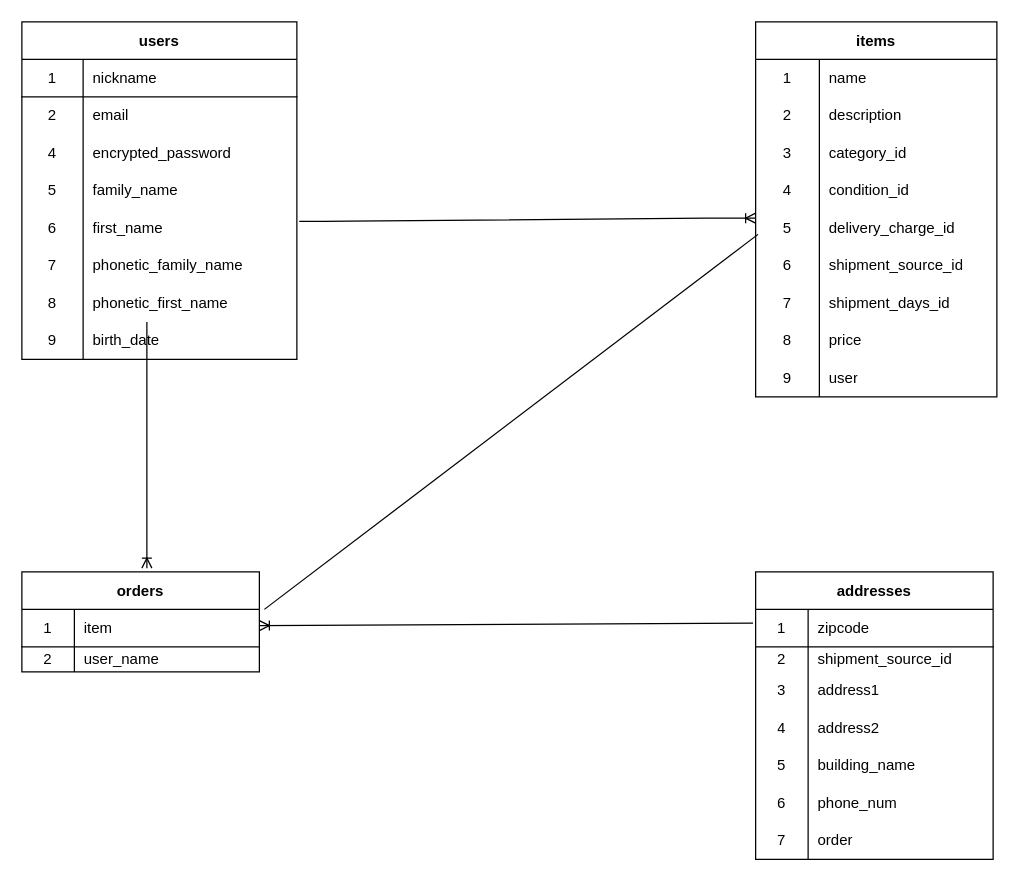
thr3eisl4nd/furima-37293 keeps this draw.io diagram as er.dio. Above is the earlier version. Source tidied: cells renumbered, new cells numbered last; positions are measured from the earlier drawing's top-left corner, leaving out a move shared by most shapes. Both pictures are drawn from the tidied source at 125%, with x=0, y=0 at pixel (21, 21).
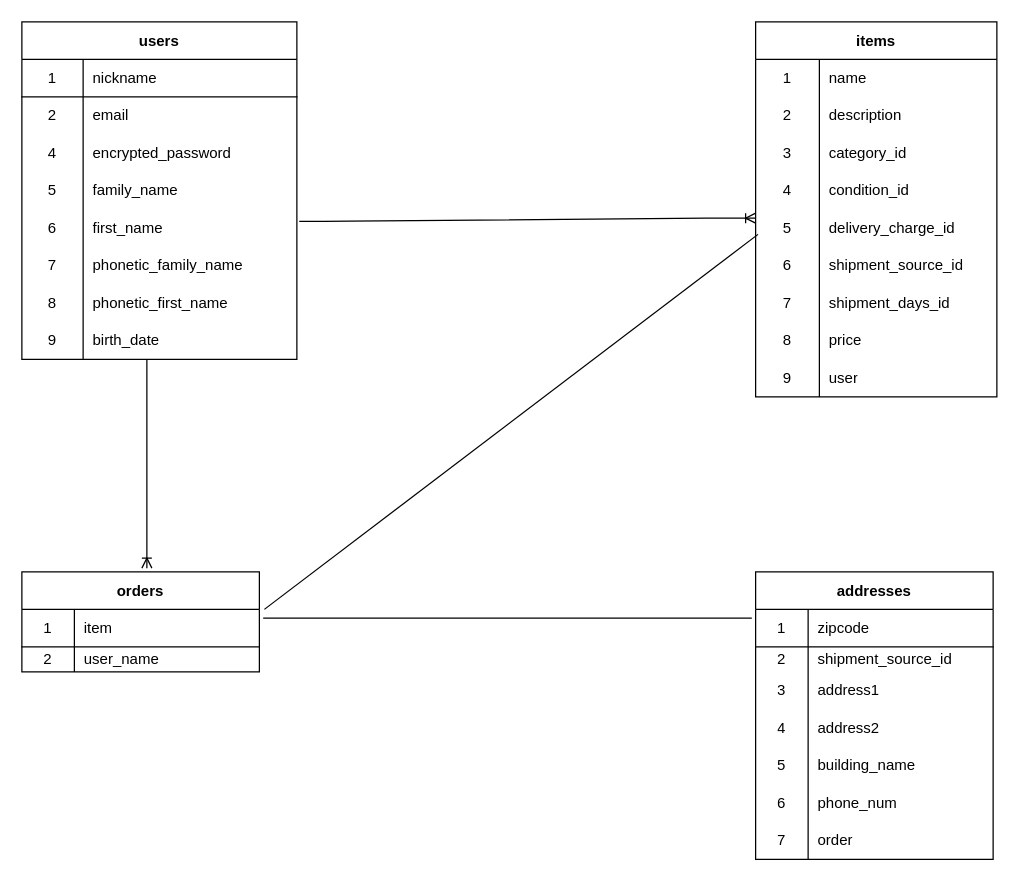
The same diagram, later.

The change refers to these unchanged cells:
```xml
<mxCell id="56" style="shape=partialRectangle;html=1;whiteSpace=wrap;fillColor=none;top=0;left=0;bottom=1;right=0;points=[[0,0.5],[1,0.5]];portConstraint=eastwest;" parent="55" vertex="1">
  <mxGeometry y="30" width="190" height="30" as="geometry" />
</mxCell>
<mxCell id="63" style="shape=partialRectangle;html=1;whiteSpace=wrap;fillColor=none;top=0;left=0;bottom=1;right=0;points=[[0,0.5],[1,0.5]];portConstraint=eastwest;" parent="62" vertex="1">
  <mxGeometry y="30" width="190" height="30" as="geometry" />
</mxCell>
```

The edit, as a diff of the source:
```diff
@@
     <mxCell id="85" style="fontSize=12;html=1;endArrow=ERoneToMany;" parent="1" edge="1">
       <mxGeometry relative="1" as="geometry">
-        <mxPoint x="100" y="240" as="sourcePoint" />
+        <mxPoint x="100" y="270" as="sourcePoint" />
         <mxPoint x="100" y="437" as="targetPoint" />
       </mxGeometry>
     </mxCell>
@@
-    <mxCell id="87" style="fontSize=12;html=1;endArrow=ERoneToMany;exitX=-0.011;exitY=-0.067;exitDx=0;exitDy=0;exitPerimeter=0;" parent="1" edge="1">
-      <mxGeometry relative="1" as="geometry">
-        <mxPoint x="584.9" y="481" as="sourcePoint" />
-        <mxPoint x="190" y="483" as="targetPoint" />
-      </mxGeometry>
-    </mxCell>
+    <mxCell id="88" style="endArrow=none;html=1;rounded=0;exitX=1.016;exitY=0.233;exitDx=0;exitDy=0;exitPerimeter=0;entryX=-0.016;entryY=0.233;entryDx=0;entryDy=0;entryPerimeter=0;" parent="1" edge="1" source="56" target="63">
+      <mxGeometry relative="1" as="geometry" />
+    </mxCell>
```
